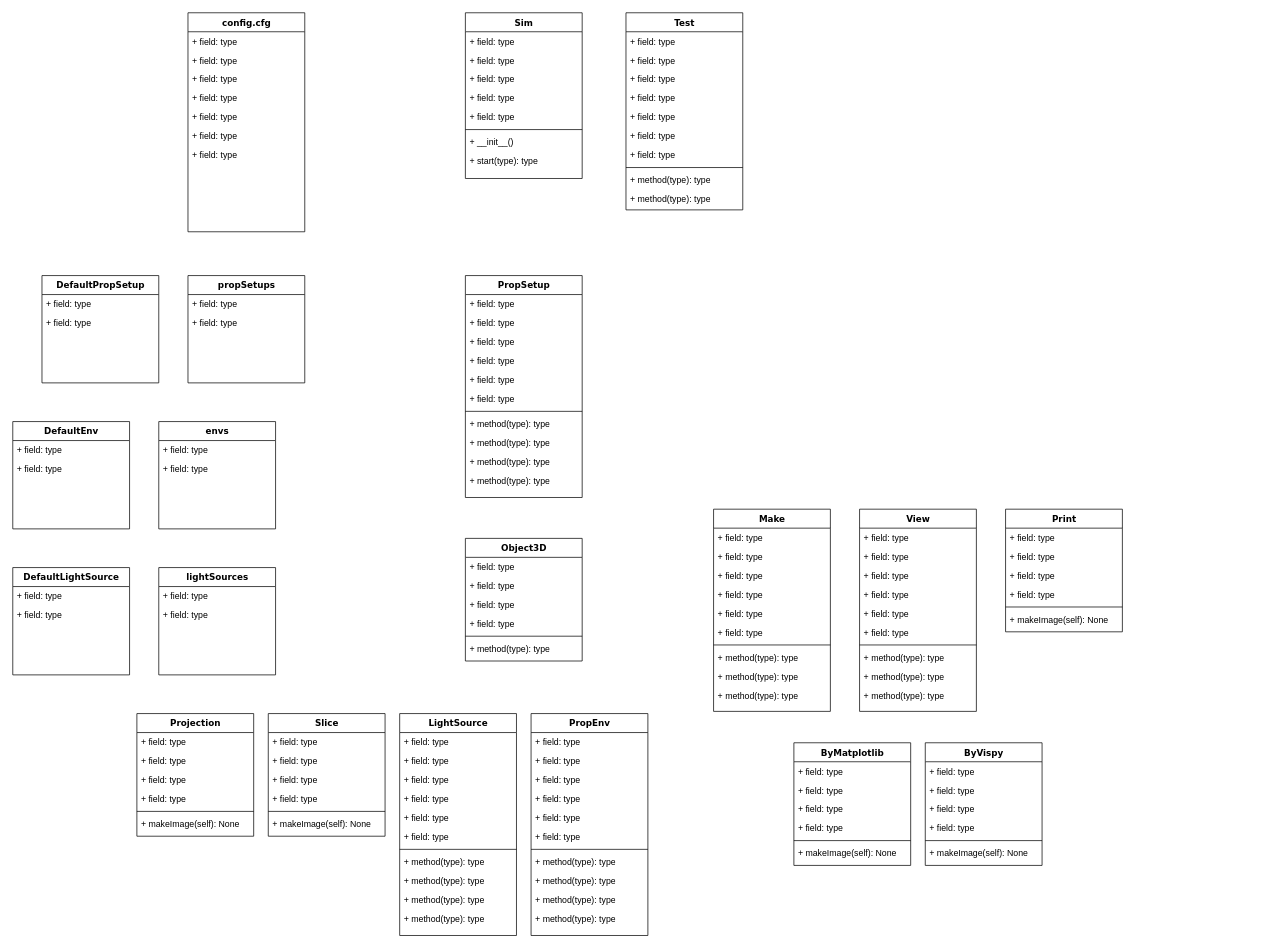
Mateuszq28/monte-carlo-sim-python keeps this draw.io diagram as light-sim-class-diagram.drawio. Above is the earlier version. Source tidied: cells renumbered, new cells numbered last; positions are measured from the earlier drawing's top-left corner, leaving out a move shared by most shapes. Both pictures are drawn from the tidied source at 73%, with x=0, y=0 at pixel (12, 12).
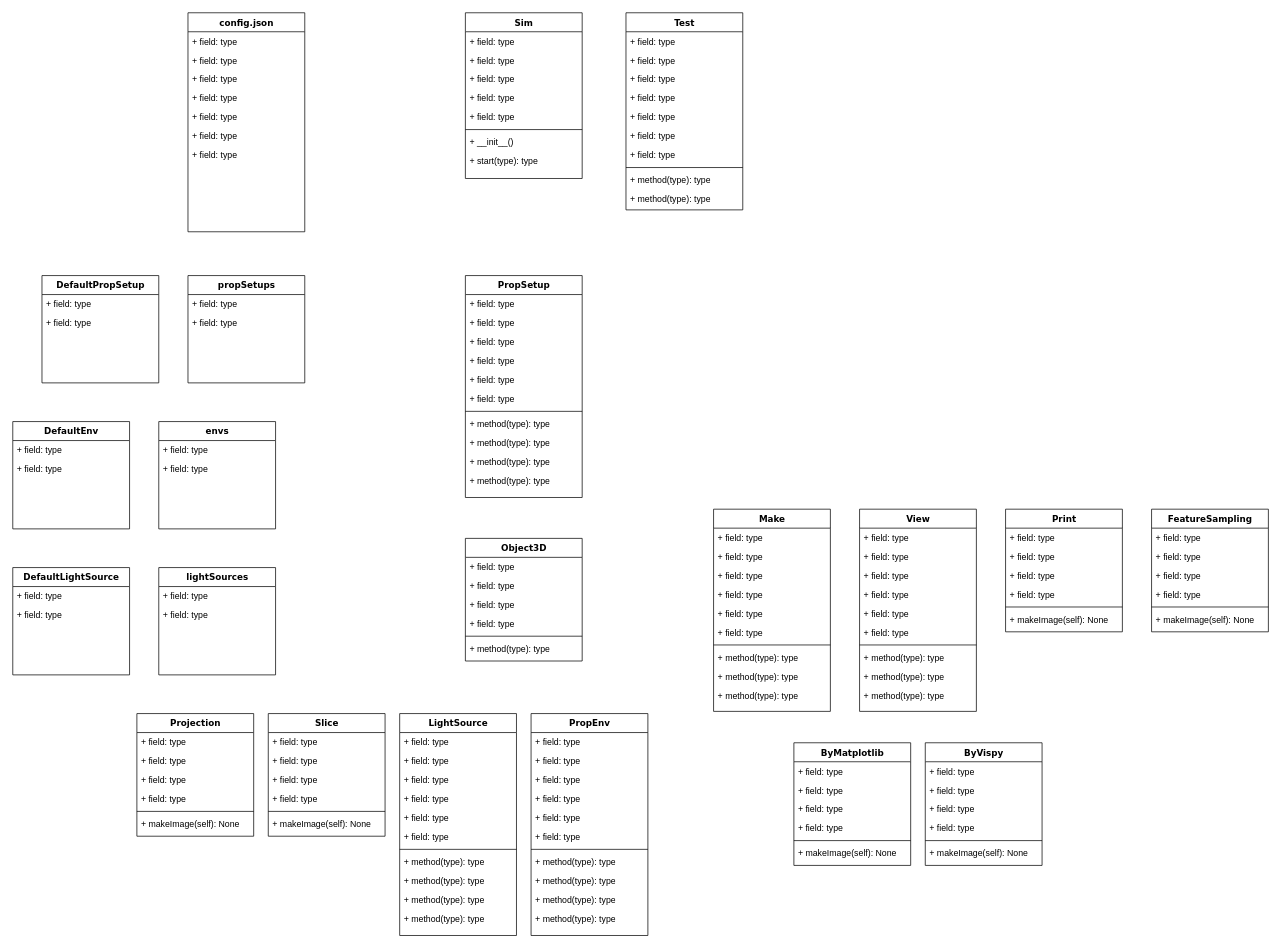
The same diagram, later.

Commit message (it also covers changes not shown here):
poprawiono diagram, testy

What changed in the source:
```diff
@@
-    <mxCell id="22" value="config.cfg" style="swimlane;html=1;fontStyle=1;align=center;verticalAlign=top;horizontal=1;startSize=26;swimlaneFillColor=#ffffff;rounded=0;shadow=0;comic=0;labelBackgroundColor=none;strokeWidth=1;fillColor=none;fontFamily=Verdana;fontSize=12;" parent="1" vertex="1">
+    <mxCell id="22" value="config.json" style="swimlane;html=1;fontStyle=1;align=center;verticalAlign=top;horizontal=1;startSize=26;swimlaneFillColor=#ffffff;rounded=0;shadow=0;comic=0;labelBackgroundColor=none;strokeWidth=1;fillColor=none;fontFamily=Verdana;fontSize=12;" parent="1" vertex="1">
       <mxGeometry x="240" width="160" height="300" as="geometry" />
     </mxCell>
@@
+    <mxCell id="148" value="FeatureSampling" style="swimlane;html=1;fontStyle=1;align=center;verticalAlign=top;horizontal=1;startSize=26;swimlaneFillColor=#ffffff;rounded=0;shadow=0;comic=0;labelBackgroundColor=none;strokeWidth=1;fillColor=none;fontFamily=Verdana;fontSize=12;" parent="1" vertex="1">
+      <mxGeometry x="1560" y="680" width="160" height="168" as="geometry" />
+    </mxCell>
+    <mxCell id="149" value="+ field: type" style="text;html=1;strokeColor=none;fillColor=none;align=left;verticalAlign=top;spacingLeft=4;spacingRight=4;whiteSpace=wrap;overflow=hidden;" parent="148" vertex="1">
+      <mxGeometry y="26" width="160" height="26" as="geometry" />
+    </mxCell>
+    <mxCell id="150" value="+ field: type" style="text;html=1;strokeColor=none;fillColor=none;align=left;verticalAlign=top;spacingLeft=4;spacingRight=4;whiteSpace=wrap;overflow=hidden;" parent="148" vertex="1">
+      <mxGeometry y="52" width="160" height="26" as="geometry" />
+    </mxCell>
+    <mxCell id="151" value="+ field: type" style="text;html=1;strokeColor=none;fillColor=none;align=left;verticalAlign=top;spacingLeft=4;spacingRight=4;whiteSpace=wrap;overflow=hidden;" parent="148" vertex="1">
+      <mxGeometry y="78" width="160" height="26" as="geometry" />
+    </mxCell>
+    <mxCell id="152" value="+ field: type" style="text;html=1;strokeColor=none;fillColor=none;align=left;verticalAlign=top;spacingLeft=4;spacingRight=4;whiteSpace=wrap;overflow=hidden;" parent="148" vertex="1">
+      <mxGeometry y="104" width="160" height="26" as="geometry" />
+    </mxCell>
+    <mxCell id="153" style="line;html=1;strokeWidth=1;fillColor=none;align=left;verticalAlign=middle;spacingTop=-1;spacingLeft=3;spacingRight=3;labelPosition=right;" parent="148" vertex="1">
+      <mxGeometry y="130" width="160" height="8" as="geometry" />
+    </mxCell>
+    <mxCell id="154" value="+ makeImage(self): None" style="text;html=1;strokeColor=none;fillColor=none;align=left;verticalAlign=top;spacingLeft=4;spacingRight=4;whiteSpace=wrap;overflow=hidden;" parent="148" vertex="1">
+      <mxGeometry y="138" width="160" height="26" as="geometry" />
+    </mxCell>
```
